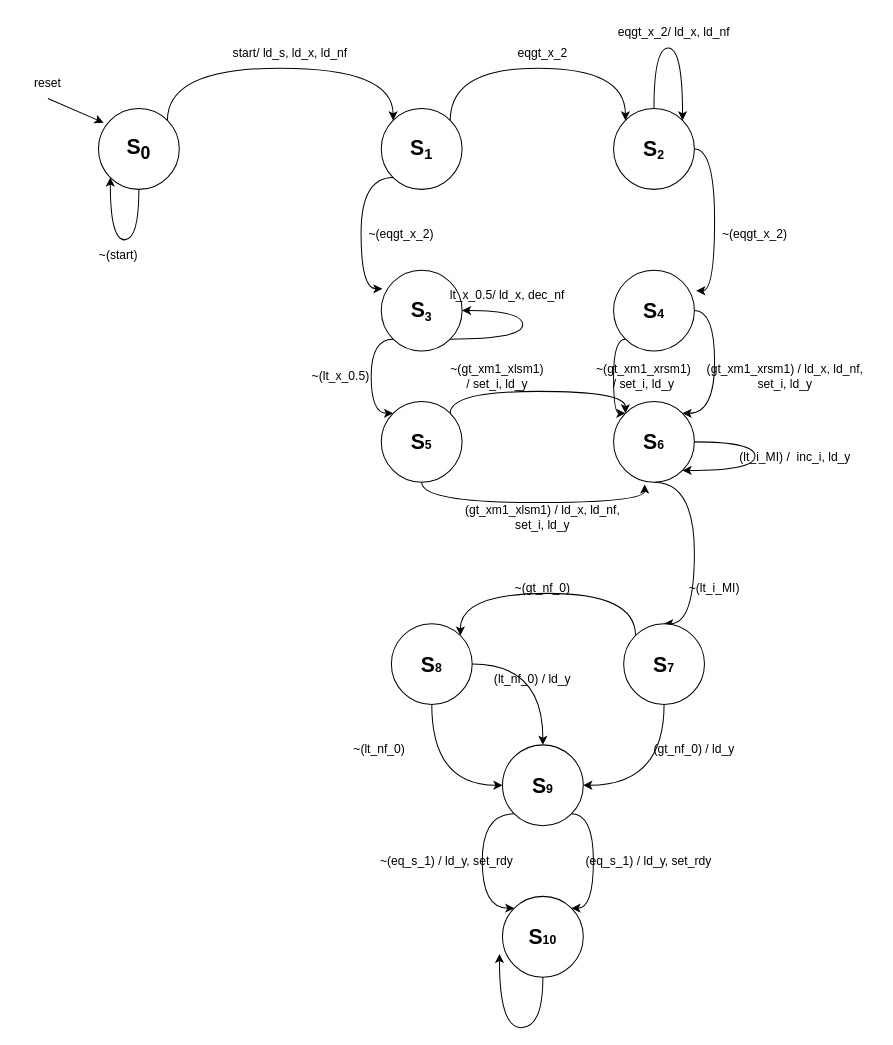
Before: State_Diagram.drawio in 0xByteRush/COE302, a draw.io diagram. Source tidied: cells renumbered, new cells numbered last; positions are measured from the earlier drawing's top-left corner, leaving out a move shared by most shapes. Both pictures are drawn from the tidied source at 101%, with x=0, y=0 at pixel (17, 17).
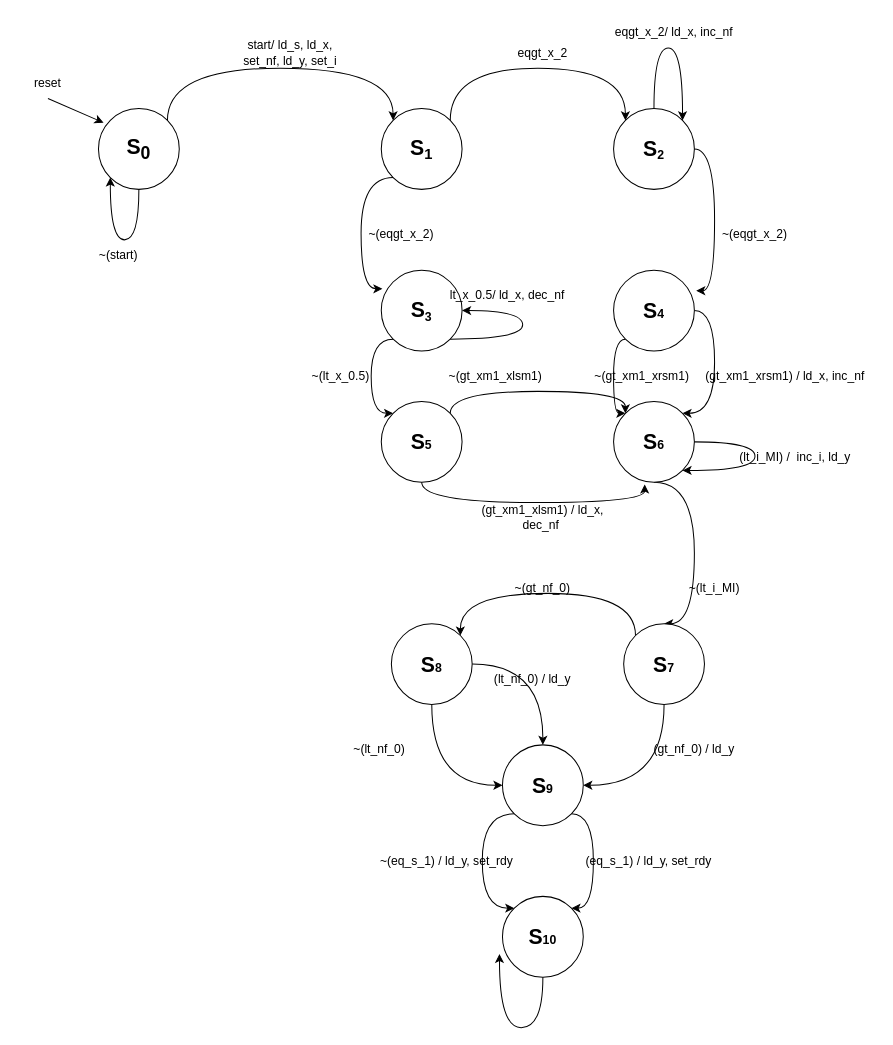
Above is the later version.

Diff of the diagram source:
```diff
@@
-    <mxCell id="8" value="start/ ld_s, ld_x, ld_nf" style="text;html=1;whiteSpace=wrap;strokeColor=none;fillColor=none;align=center;verticalAlign=middle;rounded=0;" parent="1" vertex="1">
+    <mxCell id="8" value="start/ ld_s, ld_x, set_nf, ld_y, set_i" style="text;html=1;whiteSpace=wrap;strokeColor=none;fillColor=none;align=center;verticalAlign=middle;rounded=0;" parent="1" vertex="1">
       <mxGeometry x="210" y="20" width="120" height="30" as="geometry" />
     </mxCell>
@@
-    <mxCell id="18" value="eqgt_x_2/ ld_x, ld_nf" style="text;html=1;whiteSpace=wrap;strokeColor=none;fillColor=none;align=center;verticalAlign=middle;rounded=0;" parent="1" vertex="1">
+    <mxCell id="18" value="eqgt_x_2/ ld_x, inc_nf" style="text;html=1;whiteSpace=wrap;strokeColor=none;fillColor=none;align=center;verticalAlign=middle;rounded=0;" parent="1" vertex="1">
       <mxGeometry x="590" width="120" height="30" as="geometry" />
     </mxCell>
@@
-    <mxCell id="32" value="(gt_xm1_xlsm1) / ld_x, ld_nf, set_i, ld_y" style="text;html=1;whiteSpace=wrap;strokeColor=none;fillColor=none;align=center;verticalAlign=middle;rounded=0;" parent="1" vertex="1">
+    <mxCell id="32" value="(gt_xm1_xlsm1) / ld_x, dec_nf&amp;nbsp;" style="text;html=1;whiteSpace=wrap;strokeColor=none;fillColor=none;align=center;verticalAlign=middle;rounded=0;" parent="1" vertex="1">
       <mxGeometry x="440" y="480" width="160" height="30" as="geometry" />
     </mxCell>
-    <mxCell id="33" value="~(gt_xm1_xlsm1) / set_i, ld_y" style="text;html=1;whiteSpace=wrap;strokeColor=none;fillColor=none;align=center;verticalAlign=middle;rounded=0;" parent="1" vertex="1">
+    <mxCell id="33" value="~(gt_xm1_xlsm1)&amp;nbsp;" style="text;html=1;whiteSpace=wrap;strokeColor=none;fillColor=none;align=center;verticalAlign=middle;rounded=0;" parent="1" vertex="1">
       <mxGeometry x="425" y="340" width="100" height="30" as="geometry" />
     </mxCell>
-    <mxCell id="34" value="~(gt_xm1_xrsm1) / set_i, ld_y" style="text;html=1;whiteSpace=wrap;strokeColor=none;fillColor=none;align=center;verticalAlign=middle;rounded=0;" parent="1" vertex="1">
+    <mxCell id="34" value="~(gt_xm1_xrsm1)&amp;nbsp;" style="text;html=1;whiteSpace=wrap;strokeColor=none;fillColor=none;align=center;verticalAlign=middle;rounded=0;" parent="1" vertex="1">
       <mxGeometry x="570" y="340" width="100" height="30" as="geometry" />
     </mxCell>
-    <mxCell id="35" value="(gt_xm1_xrsm1) / ld_x, ld_nf, set_i, ld_y" style="text;html=1;whiteSpace=wrap;strokeColor=none;fillColor=none;align=center;verticalAlign=middle;rounded=0;" parent="1" vertex="1">
+    <mxCell id="35" value="(gt_xm1_xrsm1) / ld_x, inc_nf" style="text;html=1;whiteSpace=wrap;strokeColor=none;fillColor=none;align=center;verticalAlign=middle;rounded=0;" parent="1" vertex="1">
       <mxGeometry x="680" y="340" width="160" height="30" as="geometry" />
     </mxCell>
```
